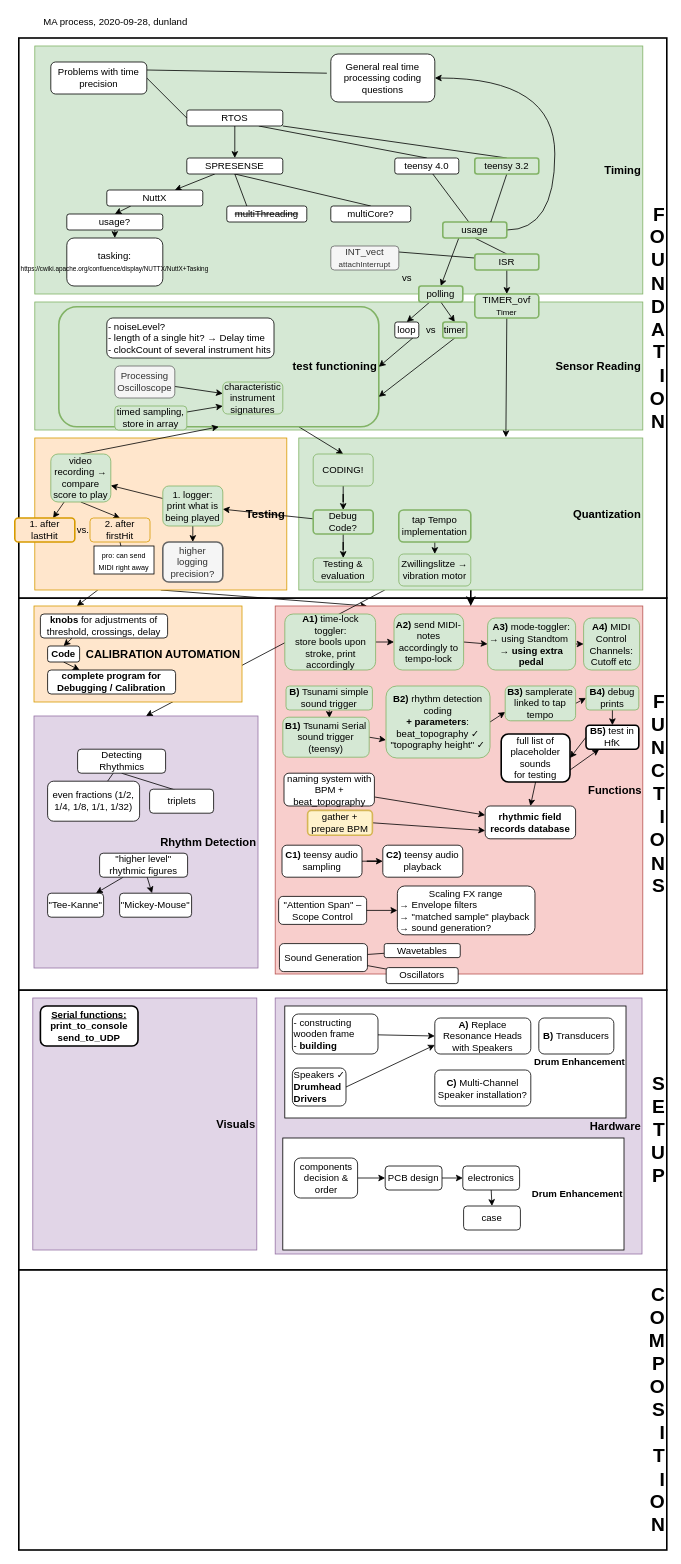
dunland/muscle keeps this draw.io diagram as page "current" (1 of 6) of Doc/MA_progress.drawio. Above is the earlier version. Source tidied: cells renumbered, new cells numbered last; positions are measured from the earlier drawing's top-left corner, leaving out a move shared by most shapes. Both pictures are drawn from the tidied source at 80%, with x=0, y=0 at pixel (14, 14).
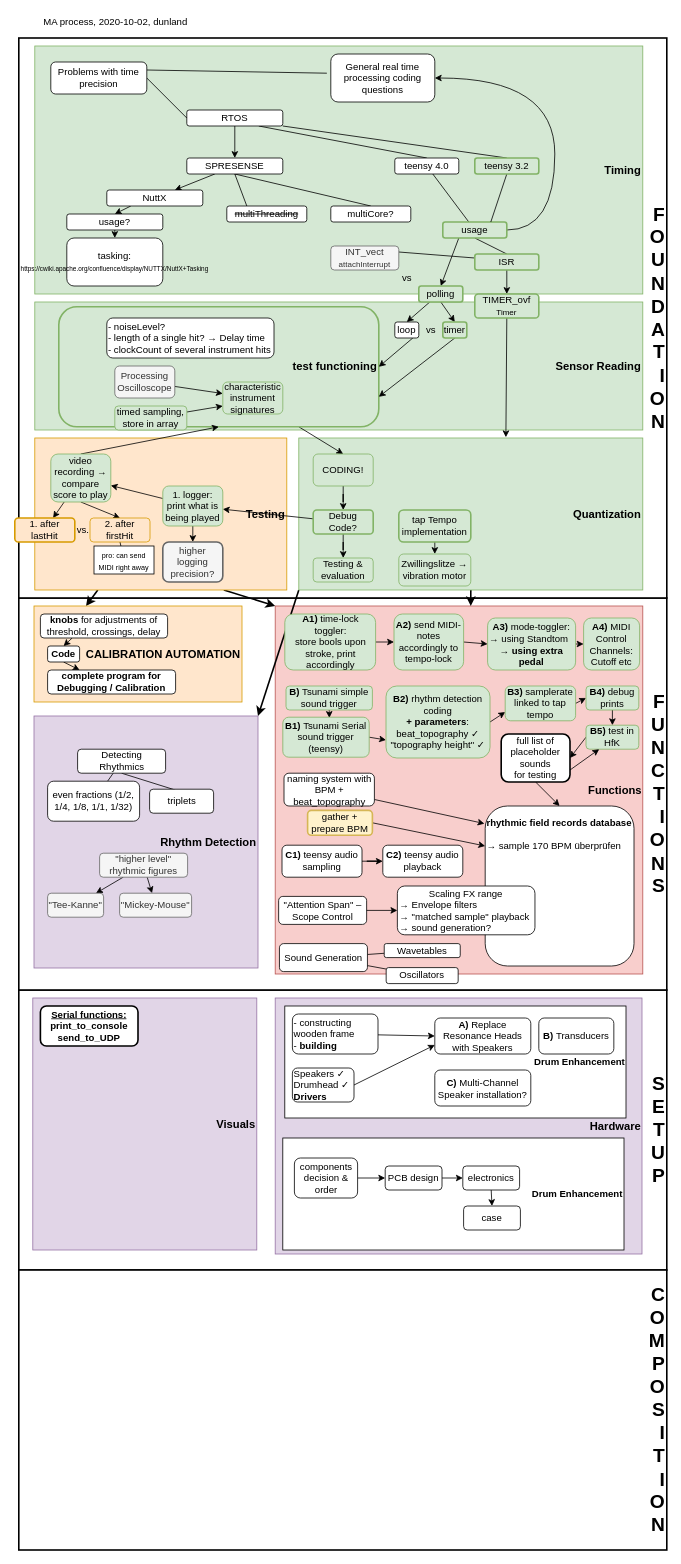
After the change.

The change refers to these unchanged cells:
```xml
<mxCell id="9" value="&lt;font size=&quot;1&quot;&gt;&lt;b style=&quot;font-size: 14px&quot;&gt;Testing&lt;br&gt;&lt;/b&gt;&lt;/font&gt;" style="rounded=0;whiteSpace=wrap;html=1;align=right;strokeColor=#d79b00;fillColor=#ffe6cc;" parent="1" vertex="1">
  <mxGeometry x="25" y="530" width="315" height="190" as="geometry" />
</mxCell>
<mxCell id="37" value="&lt;font size=&quot;1&quot;&gt;&lt;b style=&quot;font-size: 14px&quot;&gt;Rhythm Detection&lt;/b&gt;&lt;/font&gt;" style="rounded=0;whiteSpace=wrap;html=1;align=right;fillColor=#e1d5e7;strokeColor=#9673a6;" parent="1" vertex="1">
  <mxGeometry x="24" y="877.5" width="280" height="315" as="geometry" />
</mxCell>
<mxCell id="38" value="&lt;font size=&quot;1&quot;&gt;&lt;b style=&quot;font-size: 14px&quot;&gt;Functions&lt;br&gt;&lt;/b&gt;&lt;/font&gt;" style="rounded=0;whiteSpace=wrap;html=1;align=right;fillColor=#f8cecc;strokeColor=#b85450;" parent="1" vertex="1">
  <mxGeometry x="325.5" y="740" width="459.5" height="460" as="geometry" />
</mxCell>
<mxCell id="58" value="&lt;font size=&quot;1&quot;&gt;&lt;b style=&quot;font-size: 14px&quot;&gt;Quantization&lt;br&gt;&lt;/b&gt;&lt;/font&gt;" style="rounded=0;whiteSpace=wrap;html=1;align=right;strokeColor=#82b366;fillColor=#d5e8d4;" parent="1" vertex="1">
  <mxGeometry x="355" y="530" width="430" height="190" as="geometry" />
</mxCell>
<mxCell id="100" value="&lt;h3&gt;CALIBRATION AUTOMATION&lt;/h3&gt;" style="rounded=0;whiteSpace=wrap;html=1;strokeWidth=1;fillColor=#ffe6cc;strokeColor=#d79b00;align=right;" parent="1" vertex="1">
  <mxGeometry x="24" y="740" width="260" height="120" as="geometry" />
</mxCell>
<mxCell id="153" value="naming system with BPM + beat_topography" style="rounded=1;whiteSpace=wrap;html=1;strokeWidth=1;" parent="1" vertex="1">
  <mxGeometry x="336.5" y="949" width="113" height="41" as="geometry" />
</mxCell>
<mxCell id="158" value="gather + prepare BPM" style="rounded=1;whiteSpace=wrap;html=1;fillColor=#fff2cc;strokeColor=#d6b656;strokeWidth=2;" parent="1" vertex="1">
  <mxGeometry x="366" y="995.5" width="81" height="31" as="geometry" />
</mxCell>
```

What changed in the source:
```diff
@@
-    <mxCell id="7" style="edgeStyle=none;rounded=0;jettySize=auto;html=1;exitX=0.25;exitY=1;exitDx=0;exitDy=0;entryX=0.206;entryY=0;entryDx=0;entryDy=0;entryPerimeter=0;" parent="1" edge="1" source="9" target="100">
+    <mxCell id="7" style="edgeStyle=none;rounded=0;jettySize=auto;html=1;exitX=0.25;exitY=1;exitDx=0;exitDy=0;entryX=0.25;entryY=0;entryDx=0;entryDy=0;strokeWidth=2;" parent="1" edge="1" source="9" target="100">
       <mxGeometry relative="1" as="geometry" />
     </mxCell>
-    <mxCell id="8" style="rounded=0;jettySize=auto;html=1;exitX=0.5;exitY=1;exitDx=0;exitDy=0;entryX=0.25;entryY=0;entryDx=0;entryDy=0;" parent="1" edge="1" source="9" target="38">
+    <mxCell id="8" style="rounded=0;jettySize=auto;html=1;exitX=0.75;exitY=1;exitDx=0;exitDy=0;entryX=0;entryY=0;entryDx=0;entryDy=0;strokeWidth=2;" parent="1" edge="1" source="9" target="38">
       <mxGeometry relative="1" as="geometry" />
     </mxCell>
@@
-    <mxCell id="52" value="&quot;higher level&quot; rhythmic figures" style="rounded=1;whiteSpace=wrap;html=1;" parent="1" vertex="1">
+    <mxCell id="52" value="&quot;higher level&quot; rhythmic figures" style="rounded=1;whiteSpace=wrap;html=1;fillColor=#f5f5f5;strokeColor=#666666;fontColor=#333333;" parent="1" vertex="1">
       <mxGeometry x="106" y="1049" width="110" height="30" as="geometry" />
     </mxCell>
-    <mxCell id="53" value="&quot;Mickey-Mouse&quot;" style="rounded=1;whiteSpace=wrap;html=1;" parent="1" vertex="1">
+    <mxCell id="53" value="&quot;Mickey-Mouse&quot;" style="rounded=1;whiteSpace=wrap;html=1;fillColor=#f5f5f5;strokeColor=#666666;fontColor=#333333;" parent="1" vertex="1">
       <mxGeometry x="131" y="1099" width="90" height="30" as="geometry" />
     </mxCell>
-    <mxCell id="54" value="&quot;Tee-Kanne&quot;" style="rounded=1;whiteSpace=wrap;html=1;" parent="1" vertex="1">
+    <mxCell id="54" value="&quot;Tee-Kanne&quot;" style="rounded=1;whiteSpace=wrap;html=1;fillColor=#f5f5f5;strokeColor=#666666;fontColor=#333333;" parent="1" vertex="1">
       <mxGeometry x="41" y="1099" width="70" height="30" as="geometry" />
     </mxCell>
-    <mxCell id="55" value="&lt;div align=&quot;left&quot;&gt;MA process, 2020-09-28, dunland&lt;br&gt;&lt;/div&gt;" style="text;html=1;strokeColor=none;fillColor=none;align=left;verticalAlign=middle;whiteSpace=wrap;rounded=0;" parent="1" vertex="1">
+    <mxCell id="55" value="&lt;div align=&quot;left&quot;&gt;MA process, 2020-10-02, dunland&lt;br&gt;&lt;/div&gt;" style="text;html=1;strokeColor=none;fillColor=none;align=left;verticalAlign=middle;whiteSpace=wrap;rounded=0;" parent="1" vertex="1">
       <mxGeometry x="34" width="350" height="20" as="geometry" />
     </mxCell>
-    <mxCell id="56" style="edgeStyle=none;rounded=0;jettySize=auto;html=1;entryX=0.5;entryY=0;entryDx=0;entryDy=0;exitX=0.25;exitY=1;exitDx=0;exitDy=0;" parent="1" edge="1" source="58" target="37">
+    <mxCell id="56" style="edgeStyle=none;rounded=0;jettySize=auto;html=1;entryX=1;entryY=0;entryDx=0;entryDy=0;exitX=0;exitY=1;exitDx=0;exitDy=0;strokeWidth=2;" parent="1" edge="1" source="58" target="37">
       <mxGeometry relative="1" as="geometry" />
     </mxCell>
@@
-    <mxCell id="122" value="&lt;b&gt;rhythmic field records database&lt;/b&gt;" style="rounded=1;whiteSpace=wrap;html=1;strokeWidth=1;" parent="1" vertex="1">
-      <mxGeometry x="588" y="990" width="113" height="41" as="geometry" />
+    <mxCell id="122" value="&lt;b&gt;rhythmic field records database&lt;br&gt;&lt;/b&gt;&lt;br&gt;→ sample 170 BPM überprüfen&lt;br&gt;&lt;br&gt;&lt;br&gt;&lt;br&gt;&lt;br&gt;&lt;br&gt;&lt;br&gt;&lt;br&gt;&lt;br&gt;&lt;br&gt;" style="rounded=1;whiteSpace=wrap;html=1;strokeWidth=1;align=left;" parent="1" vertex="1">
+      <mxGeometry x="588" y="990" width="186" height="200" as="geometry" />
     </mxCell>
@@
-    <mxCell id="139" value="&lt;b&gt;B5)&lt;/b&gt;&amp;nbsp;test in HfK" style="rounded=1;whiteSpace=wrap;html=1;strokeWidth=2;" parent="1" vertex="1">
+    <mxCell id="139" value="&lt;b&gt;B5)&lt;/b&gt;&amp;nbsp;test in HfK" style="rounded=1;whiteSpace=wrap;html=1;strokeWidth=1;fillColor=#d5e8d4;strokeColor=#82b366;" parent="1" vertex="1">
       <mxGeometry x="714" y="889" width="66" height="30" as="geometry" />
     </mxCell>
@@
-    <mxCell id="152" style="rounded=0;jettySize=auto;html=1;" parent="1" edge="1" source="153" target="122">
+    <mxCell id="152" style="rounded=0;jettySize=auto;html=1;entryX=-0.005;entryY=0.11;entryDx=0;entryDy=0;entryPerimeter=0;" parent="1" edge="1" source="153" target="122">
       <mxGeometry relative="1" as="geometry" />
     </mxCell>
@@
-    <mxCell id="156" value="Speakers ✓&lt;br&gt;&lt;b&gt;Drumhead&lt;/b&gt;&lt;br&gt;&lt;b&gt;Drivers&lt;/b&gt;" style="rounded=1;whiteSpace=wrap;html=1;align=left;strokeWidth=1;" parent="1" vertex="1">
-      <mxGeometry x="347" y="1317.5" width="67" height="47.5" as="geometry" />
+    <mxCell id="156" value="Speakers ✓&lt;br&gt;Drumhead ✓&lt;br&gt;&lt;b&gt;Drivers&lt;/b&gt;" style="rounded=1;whiteSpace=wrap;html=1;align=left;strokeWidth=1;" parent="1" vertex="1">
+      <mxGeometry x="347" y="1317.5" width="77" height="42.5" as="geometry" />
     </mxCell>
-    <mxCell id="157" style="edgeStyle=none;rounded=0;jettySize=auto;html=1;exitX=1;exitY=0.5;exitDx=0;exitDy=0;entryX=0;entryY=0.75;entryDx=0;entryDy=0;" parent="1" edge="1" source="158" target="122">
+    <mxCell id="157" style="edgeStyle=none;rounded=0;jettySize=auto;html=1;exitX=1;exitY=0.5;exitDx=0;exitDy=0;entryX=0;entryY=0.25;entryDx=0;entryDy=0;" parent="1" edge="1" source="158" target="122">
       <mxGeometry relative="1" as="geometry" />
     </mxCell>
```
